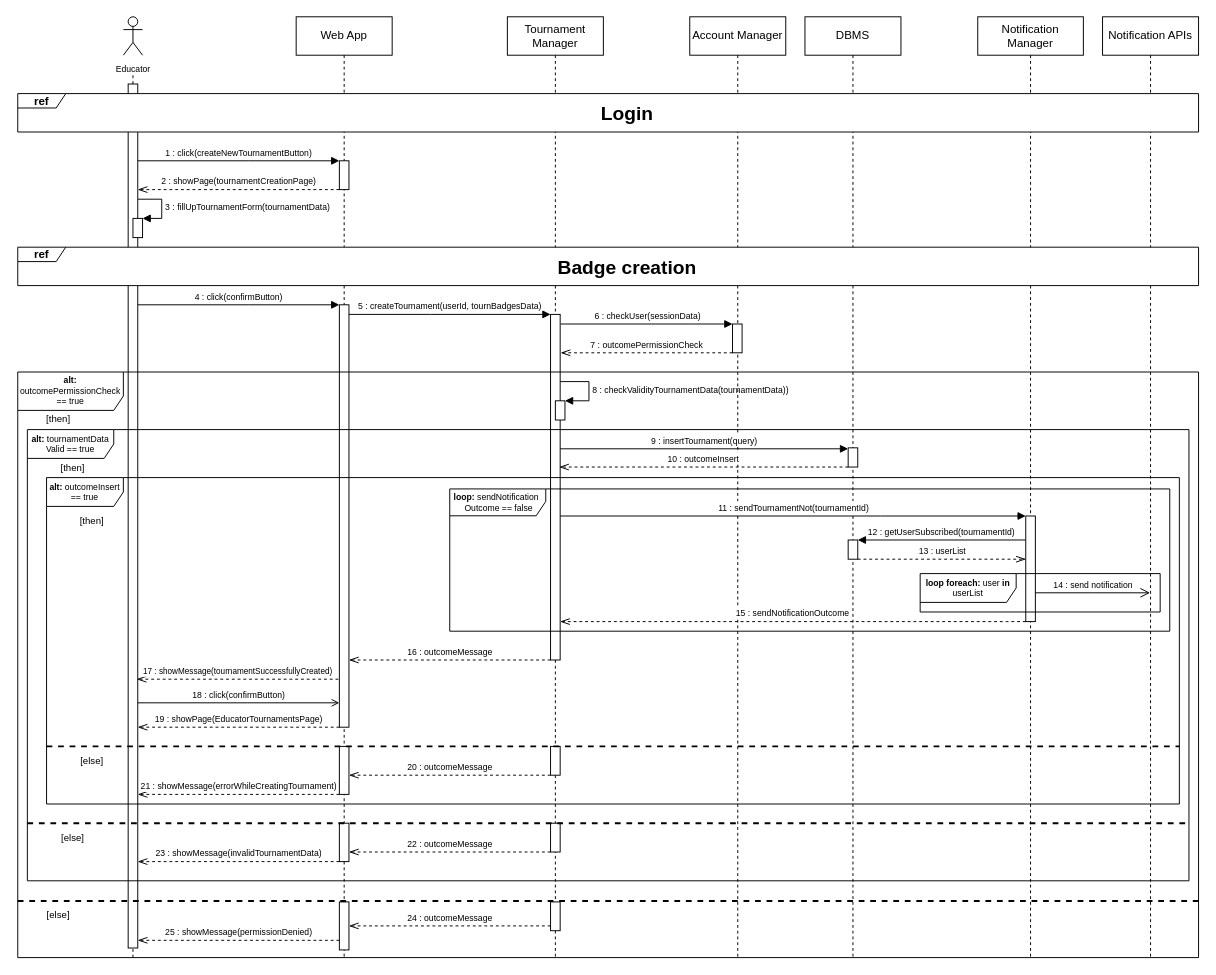
This is DDwip/ExtraFiles/Sequence/Sequence3DD.drawio from francescospangaro/SpangaroTosettiRiccardi, a draw.io file, before an edit. Source tidied: cells renumbered, new cells numbered last; positions are measured from the earlier drawing's top-left corner, leaving out a move shared by most shapes. Both pictures are drawn from the tidied source at 96%, with x=0, y=0 at pixel (17, 16).
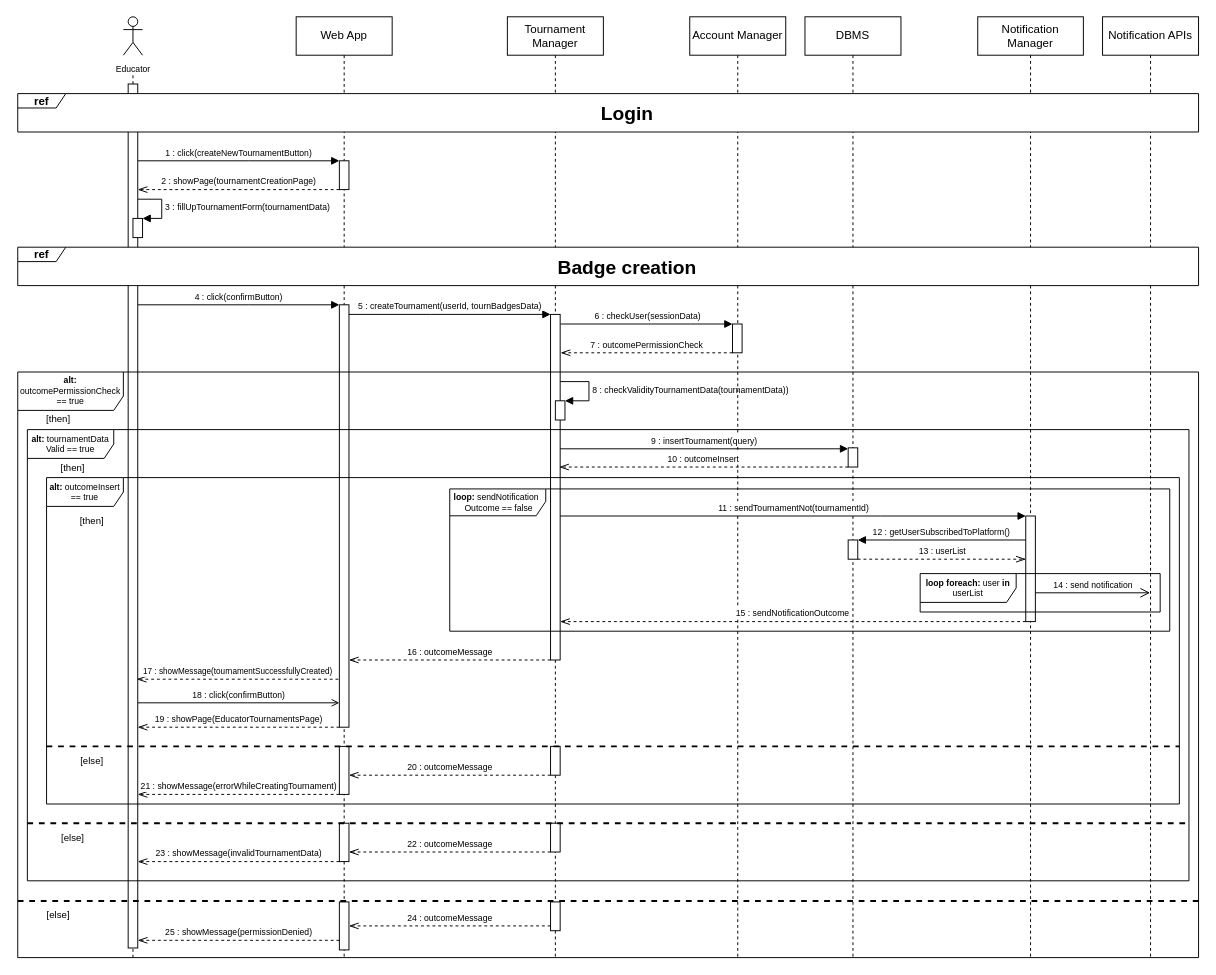
After the change.

Commit message (it also covers changes not shown here):
Added sequence7, sendClosedTournamentNot method

Unchanged cells that the change refers to:
```xml
<mxCell id="32" style="html=1;points=[];perimeter=orthogonalPerimeter;outlineConnect=0;targetShapes=umlLifeline;portConstraint=eastwest;newEdgeStyle={&quot;edgeStyle&quot;:&quot;elbowEdgeStyle&quot;,&quot;elbow&quot;:&quot;vertical&quot;,&quot;curved&quot;:0,&quot;rounded&quot;:0};" parent="1" vertex="1">
  <mxGeometry x="1050" y="520" width="10" height="110" as="geometry" />
</mxCell>
<mxCell id="57" style="html=1;points=[];perimeter=orthogonalPerimeter;outlineConnect=0;targetShapes=umlLifeline;portConstraint=eastwest;newEdgeStyle={&quot;edgeStyle&quot;:&quot;elbowEdgeStyle&quot;,&quot;elbow&quot;:&quot;vertical&quot;,&quot;curved&quot;:0,&quot;rounded&quot;:0};" parent="1" vertex="1">
  <mxGeometry x="865" y="545" width="10" height="20" as="geometry" />
</mxCell>
```

Diff of the diagram source:
```diff
@@
-    <mxCell id="58" value="&lt;font style=&quot;font-size: 9px;&quot;&gt;12 : getUserSubscribed(tournamentId)&lt;/font&gt;" style="html=1;verticalAlign=bottom;endArrow=block;endSize=6;edgeStyle=elbowEdgeStyle;elbow=vertical;curved=0;rounded=0;endFill=1;startArrow=none;startFill=0;" parent="1" edge="1" source="32" target="57">
+    <mxCell id="58" value="&lt;font style=&quot;font-size: 9px;&quot;&gt;12 : getUserSubscribedToPlatform()&lt;/font&gt;" style="html=1;verticalAlign=bottom;endArrow=block;endSize=6;edgeStyle=elbowEdgeStyle;elbow=vertical;curved=0;rounded=0;endFill=1;startArrow=none;startFill=0;" parent="1" edge="1" source="32" target="57">
       <mxGeometry relative="1" as="geometry">
         <Array as="points">
           <mxPoint x="990" y="545" />
         </Array>
       </mxGeometry>
     </mxCell>
```
